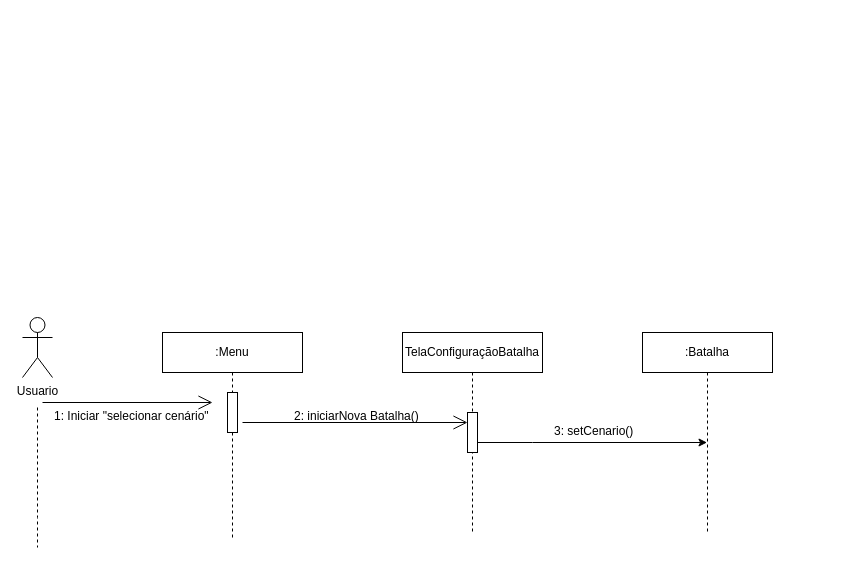
Above: Diagramas - Entrega 1/Diagramas de Sequência/Diagrama_de_Sequencia_SelecionarCenario.drawio in vaniacourses/trabalho-pratico-time-rpg (draw.io), before the change. Source tidied: cells renumbered, new cells numbered last; positions are measured from the earlier drawing's top-left corner, leaving out a move shared by most shapes. Both pictures are drawn from the tidied source at 100%, with x=0, y=0 at pixel (22, 317).
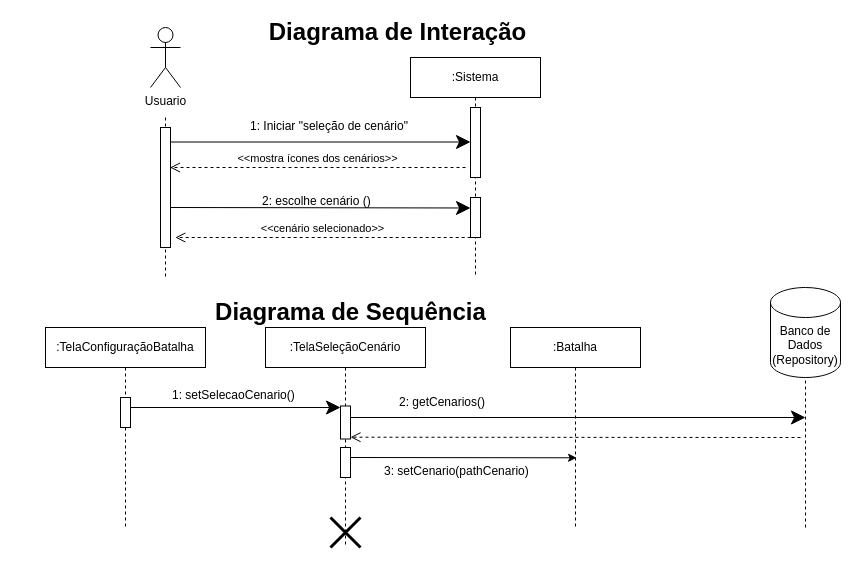
After the change.

The edit, as a diff of the source:
```diff
@@
     <mxCell id="2" value=":Batalha" style="shape=umlLifeline;perimeter=lifelinePerimeter;whiteSpace=wrap;html=1;outlineConnect=0;portConstraint=eastwest;newEdgeStyle={&quot;edgeStyle&quot;:&quot;elbowEdgeStyle&quot;,&quot;elbow&quot;:&quot;vertical&quot;,&quot;curved&quot;:0,&quot;rounded&quot;:0};" parent="1" vertex="1">
-      <mxGeometry x="620" y="15" width="130" height="200" as="geometry" />
+      <mxGeometry x="488" y="10" width="130" height="200" as="geometry" />
     </mxCell>
-    <mxCell id="3" style="edgeStyle=orthogonalEdgeStyle;rounded=0;jettySize=auto;html=1;curved=0;" parent="1" edge="1" target="2">
+    <mxCell id="3" style="edgeStyle=orthogonalEdgeStyle;rounded=0;orthogonalLoop=1;jettySize=auto;html=1;curved=0;endArrow=classic;endFill=1;" parent="1" edge="1">
       <mxGeometry relative="1" as="geometry">
-        <mxPoint x="445.5" y="125" as="sourcePoint" />
+        <mxPoint x="328" y="140" as="sourcePoint" />
+        <mxPoint x="554.1" y="140.3" as="targetPoint" />
         <Array as="points">
-          <mxPoint x="510" y="125" />
-          <mxPoint x="510" y="125" />
+          <mxPoint x="327.6" y="140.3" />
         </Array>
       </mxGeometry>
     </mxCell>
-    <mxCell id="4" value="3: setCenario()" style="text;whiteSpace=wrap;html=1;" parent="1" vertex="1">
-      <mxGeometry x="530" y="100" width="140" height="30" as="geometry" />
+    <mxCell id="4" value="3: setCenario(pathCenario)" style="text;whiteSpace=wrap;html=1;" parent="1" vertex="1">
+      <mxGeometry x="359.6" y="140.3" width="160" height="30" as="geometry" />
     </mxCell>
-    <mxCell id="5" value="TelaConfiguraçãoBatalha" style="shape=umlLifeline;perimeter=lifelinePerimeter;whiteSpace=wrap;html=1;newEdgeStyle={&quot;edgeStyle&quot;:&quot;elbowEdgeStyle&quot;,&quot;elbow&quot;:&quot;vertical&quot;,&quot;curved&quot;:0,&quot;rounded&quot;:0};" parent="1" vertex="1">
-      <mxGeometry x="380" y="15" width="140" height="200" as="geometry" />
+    <mxCell id="5" value=":TelaSeleçãoCenário" style="shape=umlLifeline;perimeter=lifelinePerimeter;whiteSpace=wrap;html=1;newEdgeStyle={&quot;edgeStyle&quot;:&quot;elbowEdgeStyle&quot;,&quot;elbow&quot;:&quot;vertical&quot;,&quot;curved&quot;:0,&quot;rounded&quot;:0};" parent="1" vertex="1">
+      <mxGeometry x="243" y="10" width="160" height="220" as="geometry" />
     </mxCell>
-    <mxCell id="6" style="html=1;points=[];perimeter=orthogonalPerimeter;outlineConnect=0;targetShapes=umlLifeline;portConstraint=eastwest;newEdgeStyle={&quot;edgeStyle&quot;:&quot;elbowEdgeStyle&quot;,&quot;elbow&quot;:&quot;vertical&quot;,&quot;curved&quot;:0,&quot;rounded&quot;:0};" parent="5" vertex="1">
-      <mxGeometry x="65" y="80" width="10" height="40" as="geometry" />
-    </mxCell>
+    <mxCell id="15" style="shape=umlDestroy;whiteSpace=wrap;html=1;strokeWidth=3;targetShapes=umlLifeline;" parent="5" vertex="1">
+      <mxGeometry x="65" y="190" width="30" height="30" as="geometry" />
+    </mxCell>
+    <mxCell id="16" style="html=1;perimeter=orthogonalPerimeter;targetShapes=umlLifeline;newEdgeStyle={&quot;edgeStyle&quot;:&quot;elbowEdgeStyle&quot;,&quot;elbow&quot;:&quot;vertical&quot;,&quot;curved&quot;:0,&quot;rounded&quot;:0};" parent="5" vertex="1">
+      <mxGeometry x="75" y="120" width="10" height="30" as="geometry" />
+    </mxCell>
     <mxCell id="7" value="Usuario" style="shape=umlActor;verticalLabelPosition=bottom;verticalAlign=top;html=1;" parent="1" vertex="1">
-      <mxGeometry width="30" height="60" as="geometry" />
+      <mxGeometry x="128" y="-290" width="30" height="60" as="geometry" />
     </mxCell>
     <mxCell id="8" style="endArrow=none;dashed=1;endFill=0;endSize=12;html=1;rounded=0;startFill=0;" parent="1" edge="1">
       <mxGeometry relative="1" as="geometry">
-        <mxPoint x="15" y="90" as="sourcePoint" />
-        <mxPoint x="15" y="230" as="targetPoint" />
+        <mxPoint x="143" y="-200" as="sourcePoint" />
+        <mxPoint x="143" y="-40" as="targetPoint" />
         <Array as="points">
-          <mxPoint x="15" y="200" />
+          <mxPoint x="143" y="-90" />
         </Array>
       </mxGeometry>
     </mxCell>
-    <mxCell id="9" style="endArrow=open;endFill=1;endSize=12;html=1;rounded=0;" parent="1" edge="1">
+    <mxCell id="9" style="endArrow=classic;endFill=1;endSize=12;html=1;rounded=0;" parent="1" edge="1" target="6">
       <mxGeometry relative="1" as="geometry">
-        <mxPoint x="20" y="85" as="sourcePoint" />
-        <mxPoint x="190" y="85" as="targetPoint" />
+        <mxPoint x="108" y="90" as="sourcePoint" />
       </mxGeometry>
     </mxCell>
-    <mxCell id="10" value="1: Iniciar &quot;selecionar cenário&quot;" style="text;whiteSpace=wrap;html=1;" parent="1" vertex="1">
-      <mxGeometry x="30" y="85" width="160" height="40" as="geometry" />
+    <mxCell id="10" value="1: setSelecaoCenario()" style="text;whiteSpace=wrap;html=1;" parent="1" vertex="1">
+      <mxGeometry x="148" y="63.5" width="240" height="25" as="geometry" />
     </mxCell>
-    <mxCell id="11" value=":Menu" style="shape=umlLifeline;perimeter=lifelinePerimeter;whiteSpace=wrap;html=1;newEdgeStyle={&quot;edgeStyle&quot;:&quot;elbowEdgeStyle&quot;,&quot;elbow&quot;:&quot;vertical&quot;,&quot;curved&quot;:0,&quot;rounded&quot;:0};" parent="1" vertex="1">
-      <mxGeometry x="140" y="15" width="140" height="205" as="geometry" />
+    <mxCell id="11" value=":TelaConfiguraçãoBatalha" style="shape=umlLifeline;perimeter=lifelinePerimeter;whiteSpace=wrap;html=1;newEdgeStyle={&quot;edgeStyle&quot;:&quot;elbowEdgeStyle&quot;,&quot;elbow&quot;:&quot;vertical&quot;,&quot;curved&quot;:0,&quot;rounded&quot;:0};" parent="1" vertex="1">
+      <mxGeometry x="23" y="10" width="160" height="200" as="geometry" />
     </mxCell>
     <mxCell id="12" style="html=1;perimeter=orthogonalPerimeter;targetShapes=umlLifeline;newEdgeStyle={&quot;edgeStyle&quot;:&quot;elbowEdgeStyle&quot;,&quot;elbow&quot;:&quot;vertical&quot;,&quot;curved&quot;:0,&quot;rounded&quot;:0};" parent="11" vertex="1">
-      <mxGeometry x="65" y="60" width="10" height="40" as="geometry" />
+      <mxGeometry x="75" y="70" width="10" height="30" as="geometry" />
     </mxCell>
-    <mxCell id="13" style="endArrow=open;endFill=1;endSize=12;html=1;rounded=0;" parent="1" edge="1">
-      <mxGeometry relative="1" as="geometry">
-        <mxPoint x="220" y="105" as="sourcePoint" />
-        <mxPoint x="445" y="105" as="targetPoint" />
-      </mxGeometry>
-    </mxCell>
-    <mxCell id="14" value="2: iniciarNova Batalha()" style="text;whiteSpace=wrap;html=1;" parent="1" vertex="1">
-      <mxGeometry x="270" y="85" width="130" height="20" as="geometry" />
-    </mxCell>
+    <mxCell id="6" style="html=1;points=[];perimeter=orthogonalPerimeter;outlineConnect=0;targetShapes=umlLifeline;portConstraint=eastwest;newEdgeStyle={&quot;edgeStyle&quot;:&quot;elbowEdgeStyle&quot;,&quot;elbow&quot;:&quot;vertical&quot;,&quot;curved&quot;:0,&quot;rounded&quot;:0};" parent="1" vertex="1">
+      <mxGeometry x="318" y="88.5" width="10" height="33" as="geometry" />
+    </mxCell>
+    <mxCell id="17" value="1: Iniciar &quot;seleção de cenário&quot;" style="text;whiteSpace=wrap;html=1;" parent="1" vertex="1">
+      <mxGeometry x="225.5" y="-205.1" width="165" height="25" as="geometry" />
+    </mxCell>
+    <mxCell id="18" style="endArrow=classic;endFill=1;endSize=12;html=1;rounded=0;" parent="1" edge="1" target="20">
+      <mxGeometry relative="1" as="geometry">
+        <mxPoint x="148" y="-175.5" as="sourcePoint" />
+      </mxGeometry>
+    </mxCell>
+    <mxCell id="19" value=":Sistema" style="shape=umlLifeline;perimeter=lifelinePerimeter;whiteSpace=wrap;html=1;newEdgeStyle={&quot;edgeStyle&quot;:&quot;elbowEdgeStyle&quot;,&quot;elbow&quot;:&quot;vertical&quot;,&quot;curved&quot;:0,&quot;rounded&quot;:0};" parent="1" vertex="1">
+      <mxGeometry x="388" y="-260" width="130" height="220" as="geometry" />
+    </mxCell>
+    <mxCell id="20" style="html=1;points=[];perimeter=orthogonalPerimeter;outlineConnect=0;targetShapes=umlLifeline;portConstraint=eastwest;newEdgeStyle={&quot;edgeStyle&quot;:&quot;elbowEdgeStyle&quot;,&quot;elbow&quot;:&quot;vertical&quot;,&quot;curved&quot;:0,&quot;rounded&quot;:0};" parent="19" vertex="1">
+      <mxGeometry x="60" y="50" width="10" height="70" as="geometry" />
+    </mxCell>
+    <mxCell id="21" style="html=1;perimeter=orthogonalPerimeter;targetShapes=umlLifeline;newEdgeStyle={&quot;edgeStyle&quot;:&quot;elbowEdgeStyle&quot;,&quot;elbow&quot;:&quot;vertical&quot;,&quot;curved&quot;:0,&quot;rounded&quot;:0};" parent="19" vertex="1">
+      <mxGeometry x="60" y="140" width="10" height="40" as="geometry" />
+    </mxCell>
+    <mxCell id="22" style="endArrow=classic;endFill=1;endSize=12;html=1;rounded=0;" parent="19" edge="1">
+      <mxGeometry relative="1" as="geometry">
+        <mxPoint x="-240" y="150" as="sourcePoint" />
+        <mxPoint x="60" y="150.5" as="targetPoint" />
+      </mxGeometry>
+    </mxCell>
+    <mxCell id="23" value="&amp;lt;&amp;lt;cenário selecionado&amp;gt;&amp;gt;" style="html=1;verticalAlign=bottom;endArrow=open;dashed=1;endSize=8;curved=0;rounded=0;" parent="19" edge="1">
+      <mxGeometry relative="1" as="geometry">
+        <mxPoint x="60.2" y="180" as="sourcePoint" />
+        <mxPoint x="-235.2" y="180" as="targetPoint" />
+      </mxGeometry>
+    </mxCell>
+    <mxCell id="24" style="html=1;perimeter=orthogonalPerimeter;targetShapes=umlLifeline;newEdgeStyle={&quot;edgeStyle&quot;:&quot;elbowEdgeStyle&quot;,&quot;elbow&quot;:&quot;vertical&quot;,&quot;curved&quot;:0,&quot;rounded&quot;:0};" parent="1" vertex="1">
+      <mxGeometry x="138" y="-190" width="10" height="120" as="geometry" />
+    </mxCell>
+    <mxCell id="25" value="&amp;lt;&amp;lt;mostra ícones dos cenários&amp;gt;&amp;gt;" style="html=1;verticalAlign=bottom;endArrow=open;dashed=1;endSize=8;curved=0;rounded=0;" parent="1" edge="1">
+      <mxGeometry relative="1" as="geometry">
+        <mxPoint x="443" y="-150" as="sourcePoint" />
+        <mxPoint x="147.5" y="-150" as="targetPoint" />
+      </mxGeometry>
+    </mxCell>
+    <mxCell id="26" value="2: escolhe cenário ()" style="text;whiteSpace=wrap;html=1;" parent="1" vertex="1">
+      <mxGeometry x="238" y="-130" width="165" height="17.5" as="geometry" />
+    </mxCell>
+    <mxCell id="27" value="Banco de Dados&lt;div&gt;(Repository)&lt;/div&gt;" style="shape=cylinder3;whiteSpace=wrap;html=1;boundedLbl=1;backgroundOutline=1;size=15;" parent="1" vertex="1">
+      <mxGeometry x="748" y="-30" width="70" height="90" as="geometry" />
+    </mxCell>
+    <mxCell id="28" style="endArrow=none;dashed=1;html=1;rounded=0;" parent="1" edge="1" target="27">
+      <mxGeometry relative="1" as="geometry">
+        <mxPoint x="783" y="210" as="sourcePoint" />
+      </mxGeometry>
+    </mxCell>
+    <mxCell id="29" style="endArrow=classic;endFill=1;endSize=12;html=1;rounded=0;" parent="1" edge="1">
+      <mxGeometry relative="1" as="geometry">
+        <mxPoint x="328" y="100" as="sourcePoint" />
+        <mxPoint x="783" y="100" as="targetPoint" />
+      </mxGeometry>
+    </mxCell>
+    <mxCell id="30" value="2: getCenarios()" style="text;whiteSpace=wrap;html=1;" parent="1" vertex="1">
+      <mxGeometry x="375" y="71" width="160" height="30" as="geometry" />
+    </mxCell>
+    <mxCell id="31" style="html=1;verticalAlign=bottom;endArrow=open;dashed=1;endSize=8;curved=0;rounded=0;" parent="1" edge="1">
+      <mxGeometry relative="1" as="geometry">
+        <mxPoint x="778" y="120" as="sourcePoint" />
+        <mxPoint x="328" y="119.7" as="targetPoint" />
+      </mxGeometry>
+    </mxCell>
+    <mxCell id="32" value="Diagrama de Interação" style="text;strokeColor=none;fillColor=none;html=1;fontSize=24;fontStyle=1;verticalAlign=middle;align=center;" parent="1" vertex="1">
+      <mxGeometry x="229.6" y="-300" width="290" height="30" as="geometry" />
+    </mxCell>
+    <mxCell id="33" value="Diagrama de Sequência" style="text;strokeColor=none;fillColor=none;html=1;fontSize=24;fontStyle=1;verticalAlign=middle;align=center;" parent="1" vertex="1">
+      <mxGeometry x="183" y="-20" width="290" height="30" as="geometry" />
+    </mxCell>
```
